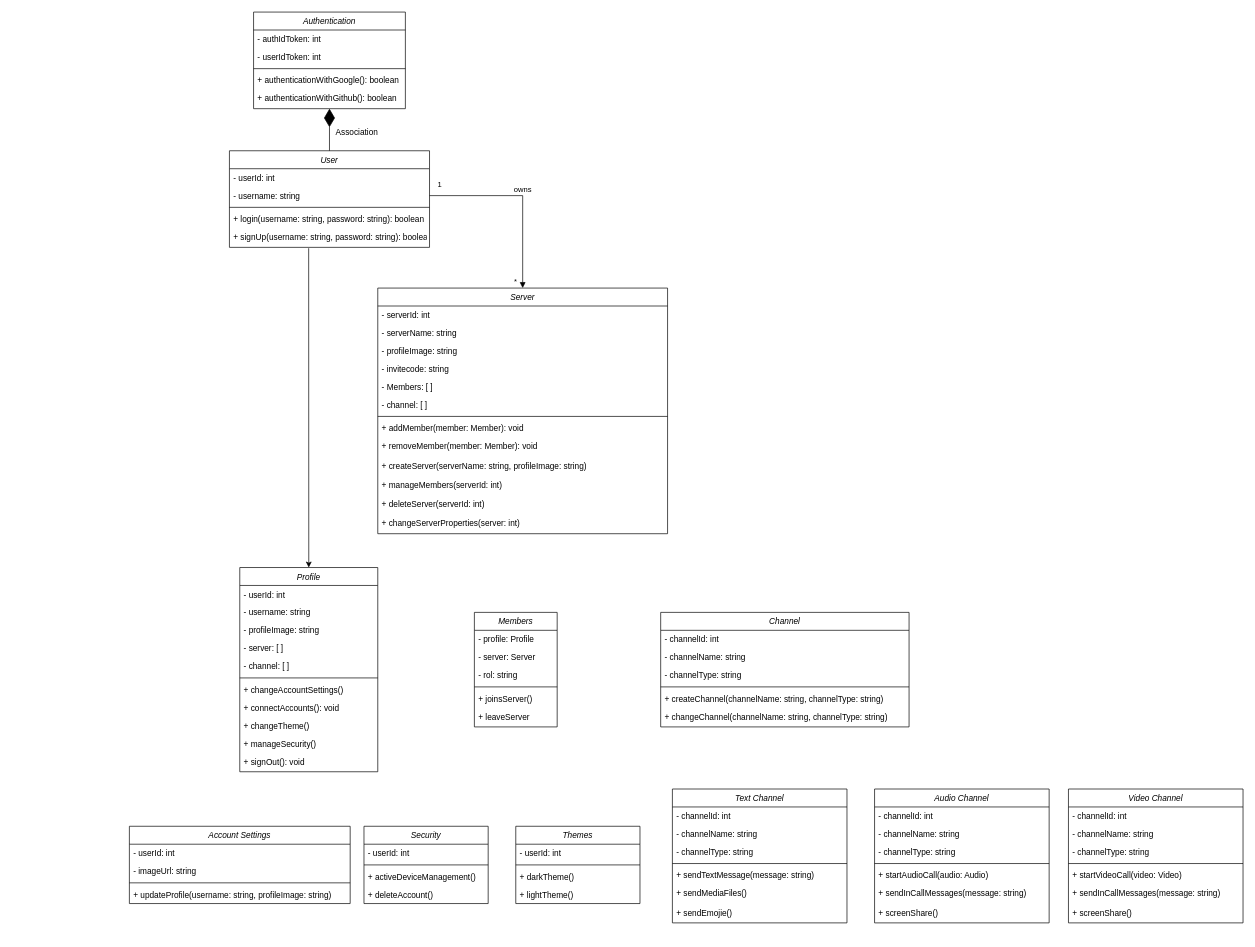
Earlier version of the draw.io diagram Class Diagram.drawio (Harshul1484/BMP-). Source tidied: cells renumbered, new cells numbered last; positions are measured from the earlier drawing's top-left corner, leaving out a move shared by most shapes. Both pictures are drawn from the tidied source at 69%, with x=0, y=0 at pixel (129, 12).
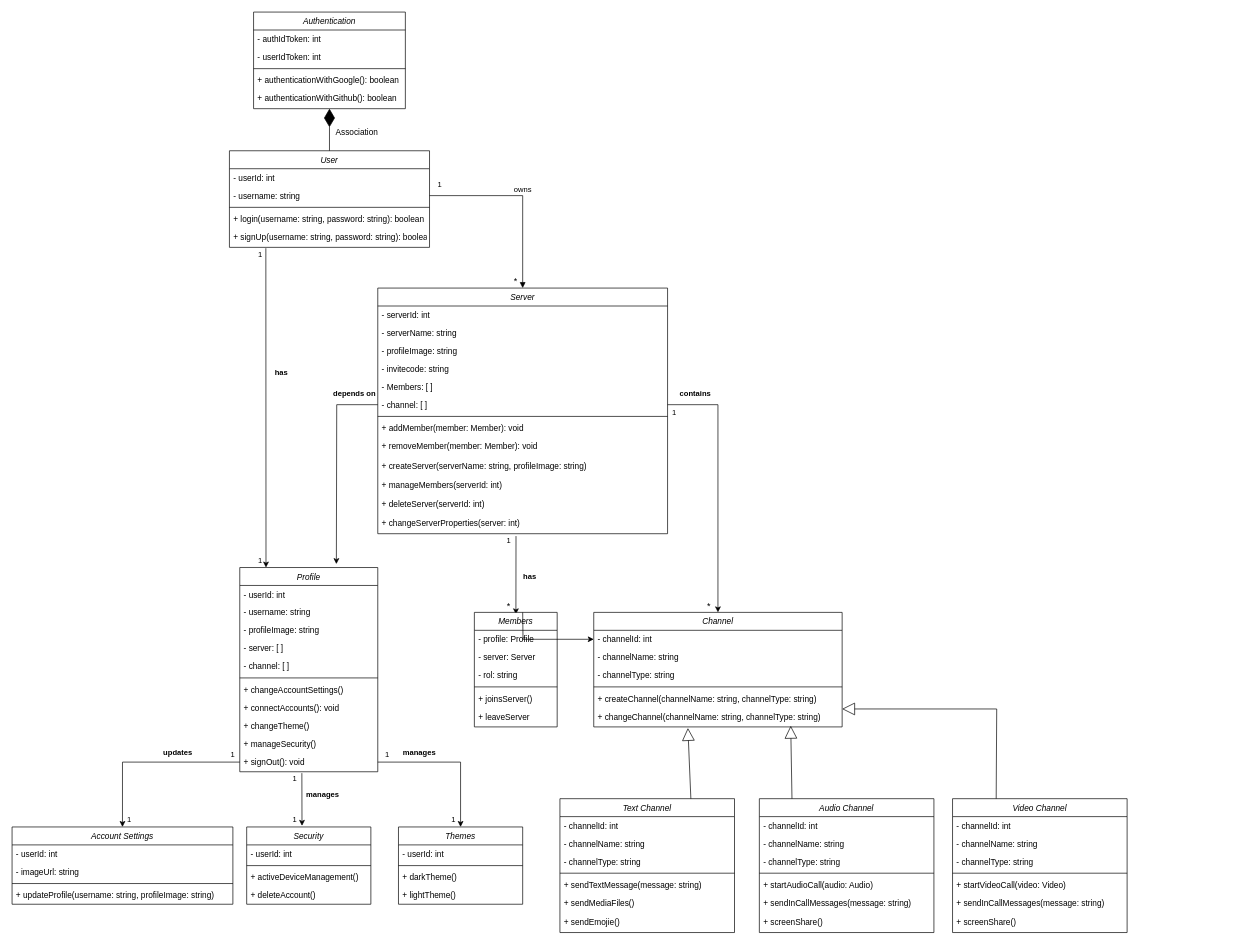
The same page after the edit.

The change refers to these unchanged cells:
```xml
<mxCell id="13" value="+ signUp(username: string, password: string): boolean" style="text;align=left;verticalAlign=top;spacingLeft=4;spacingRight=4;overflow=hidden;points=[[0,0.5],[1,0.5]];portConstraint=eastwest;" parent="8" vertex="1">
  <mxGeometry y="112" width="290" height="28" as="geometry" />
</mxCell>
<mxCell id="16" value="Server" style="swimlane;fontStyle=2;align=center;verticalAlign=top;horizontal=1;startSize=26;rounded=0;shadow=0;strokeWidth=1;" parent="1" vertex="1">
  <mxGeometry x="360" y="400" width="420" height="356" as="geometry" />
</mxCell>
<mxCell id="22" value="- channel: [ ]" style="text;align=left;verticalAlign=top;spacingLeft=4;spacingRight=4;overflow=hidden;points=[[0,0.5],[1,0.5]];portConstraint=eastwest;" parent="16" vertex="1">
  <mxGeometry y="156" width="420" height="26" as="geometry" />
</mxCell>
<mxCell id="29" value="+ changeServerProperties(server: int)" style="text;align=left;verticalAlign=top;spacingLeft=4;spacingRight=4;overflow=hidden;points=[[0,0.5],[1,0.5]];portConstraint=eastwest;" parent="16" vertex="1">
  <mxGeometry y="328" width="420" height="28" as="geometry" />
</mxCell>
<mxCell id="34" value="- channelId: int" style="text;align=left;verticalAlign=top;spacingLeft=4;spacingRight=4;overflow=hidden;points=[[0,0.5],[1,0.5]];portConstraint=eastwest;" parent="33" vertex="1">
  <mxGeometry y="26" width="360" height="26" as="geometry" />
</mxCell>
<mxCell id="39" value="+ changeChannel(channelName: string, channelType: string)" style="text;align=left;verticalAlign=top;spacingLeft=4;spacingRight=4;overflow=hidden;points=[[0,0.5],[1,0.5]];portConstraint=eastwest;" parent="33" vertex="1">
  <mxGeometry y="138" width="360" height="28" as="geometry" />
</mxCell>
<mxCell id="40" value="Profile" style="swimlane;fontStyle=2;align=center;verticalAlign=top;horizontal=1;startSize=26;rounded=0;shadow=0;strokeWidth=1;" parent="1" vertex="1">
  <mxGeometry x="160" y="805" width="200" height="296" as="geometry" />
</mxCell>
<mxCell id="51" value="+ signOut(): void" style="text;align=left;verticalAlign=top;spacingLeft=4;spacingRight=4;overflow=hidden;points=[[0,0.5],[1,0.5]];portConstraint=eastwest;" parent="40" vertex="1">
  <mxGeometry y="268" width="200" height="28" as="geometry" />
</mxCell>
```

The edit, as a diff of the source:
```diff
@@
+    <mxCell id="100" style="edgeStyle=orthogonalEdgeStyle;rounded=0;jettySize=auto;html=1;exitX=0;exitY=0.5;exitDx=0;exitDy=0;" parent="16" edge="1" source="22">
+      <mxGeometry relative="1" as="geometry">
+        <mxPoint x="-60" y="400" as="targetPoint" />
+      </mxGeometry>
+    </mxCell>
@@
+    <mxCell id="101" style="endArrow=classic;html=1;rounded=0;exitX=0.477;exitY=1.124;exitDx=0;exitDy=0;exitPerimeter=0;entryX=0.5;entryY=0;entryDx=0;entryDy=0;" parent="16" edge="1" source="29">
+      <mxGeometry relative="1" as="geometry">
+        <mxPoint x="200.2" y="472.8" as="targetPoint" />
+      </mxGeometry>
+    </mxCell>
@@
-    <mxCell id="32" value="&lt;font style=&quot;font-size: 11px;&quot;&gt;*&lt;/font&gt;" style="text;html=1;align=center;verticalAlign=middle;whiteSpace=wrap;rounded=0;" parent="1" vertex="1">
+    <mxCell id="32" value="&lt;font style=&quot;font-size: 13px;&quot;&gt;*&lt;/font&gt;" style="text;html=1;align=center;verticalAlign=middle;whiteSpace=wrap;rounded=0;" parent="1" vertex="1">
       <mxGeometry x="550" y="380" width="20" height="20" as="geometry" />
     </mxCell>
     <mxCell id="33" value="Channel" style="swimlane;fontStyle=2;align=center;verticalAlign=top;horizontal=1;startSize=26;rounded=0;shadow=0;strokeWidth=1;" parent="1" vertex="1">
-      <mxGeometry x="770" y="870" width="360" height="166" as="geometry" />
+      <mxGeometry x="673" y="870" width="360" height="166" as="geometry" />
     </mxCell>
@@
+    <mxCell id="102" style="endArrow=classic;html=1;rounded=0;exitX=0.45;exitY=1.071;exitDx=0;exitDy=0;exitPerimeter=0;entryX=0.5;entryY=0;entryDx=0;entryDy=0;" parent="40" edge="1" source="51">
+      <mxGeometry relative="1" as="geometry">
+        <mxPoint x="90.2" y="374.4" as="targetPoint" />
+      </mxGeometry>
+    </mxCell>
@@
     <mxCell id="60" value="Account Settings" style="swimlane;fontStyle=2;align=center;verticalAlign=top;horizontal=1;startSize=26;rounded=0;shadow=0;strokeWidth=1;" parent="1" vertex="1">
-      <mxGeometry y="1180" width="320" height="112" as="geometry" />
+      <mxGeometry x="-170" y="1181" width="320" height="112" as="geometry" />
     </mxCell>
@@
     <mxCell id="65" value="Security" style="swimlane;fontStyle=2;align=center;verticalAlign=top;horizontal=1;startSize=26;rounded=0;shadow=0;strokeWidth=1;" parent="1" vertex="1">
-      <mxGeometry x="340" y="1180" width="180" height="112" as="geometry" />
+      <mxGeometry x="170" y="1181" width="180" height="112" as="geometry" />
     </mxCell>
@@
     <mxCell id="70" value="Themes" style="swimlane;fontStyle=2;align=center;verticalAlign=top;horizontal=1;startSize=26;rounded=0;shadow=0;strokeWidth=1;" parent="1" vertex="1">
-      <mxGeometry x="560" y="1180" width="180" height="112" as="geometry" />
+      <mxGeometry x="390" y="1181" width="180" height="112" as="geometry" />
     </mxCell>
@@
     <mxCell id="75" value="Text Channel" style="swimlane;fontStyle=2;align=center;verticalAlign=top;horizontal=1;startSize=26;rounded=0;shadow=0;strokeWidth=1;" parent="1" vertex="1">
-      <mxGeometry x="787" y="1126" width="253" height="194" as="geometry" />
+      <mxGeometry x="624" y="1140" width="253" height="194" as="geometry" />
     </mxCell>
@@
     <mxCell id="83" value="Audio Channel" style="swimlane;fontStyle=2;align=center;verticalAlign=top;horizontal=1;startSize=26;rounded=0;shadow=0;strokeWidth=1;" parent="1" vertex="1">
-      <mxGeometry x="1080" y="1126" width="253" height="194" as="geometry" />
+      <mxGeometry x="913" y="1140" width="253" height="194" as="geometry" />
     </mxCell>
@@
     <mxCell id="91" value="Video Channel" style="swimlane;fontStyle=2;align=center;verticalAlign=top;horizontal=1;startSize=26;rounded=0;shadow=0;strokeWidth=1;" parent="1" vertex="1">
-      <mxGeometry x="1361" y="1126" width="253" height="194" as="geometry" />
+      <mxGeometry x="1193" y="1140" width="253" height="194" as="geometry" />
     </mxCell>
@@
-    <mxCell id="99" style="endArrow=classic;html=1;rounded=0;exitX=0.396;exitY=1.044;exitDx=0;exitDy=0;exitPerimeter=0;entryX=0.5;entryY=0;entryDx=0;entryDy=0;" parent="1" edge="1" source="13" target="40">
-      <mxGeometry relative="1" as="geometry" />
+    <mxCell id="99" style="endArrow=classic;html=1;rounded=0;exitX=0.396;exitY=1.044;exitDx=0;exitDy=0;exitPerimeter=0;entryX=0.5;entryY=0;entryDx=0;entryDy=0;" parent="1" edge="1">
+      <mxGeometry relative="1" as="geometry">
+        <mxPoint x="197.8" y="342.2" as="sourcePoint" />
+        <mxPoint x="198" y="805" as="targetPoint" />
+      </mxGeometry>
     </mxCell>
+    <mxCell id="103" style="edgeStyle=orthogonalEdgeStyle;rounded=0;jettySize=auto;html=1;" parent="1" edge="1" source="22" target="33">
+      <mxGeometry relative="1" as="geometry" />
+    </mxCell>
+    <mxCell id="104" style="edgeStyle=orthogonalEdgeStyle;rounded=0;jettySize=auto;html=1;exitX=0;exitY=0.5;exitDx=0;exitDy=0;" parent="1" edge="1" source="51" target="60">
+      <mxGeometry relative="1" as="geometry" />
+    </mxCell>
+    <mxCell id="105" style="edgeStyle=orthogonalEdgeStyle;rounded=0;jettySize=auto;html=1;exitX=1;exitY=0.5;exitDx=0;exitDy=0;entryX=0.5;entryY=0;entryDx=0;entryDy=0;" parent="1" edge="1" source="51" target="70">
+      <mxGeometry relative="1" as="geometry" />
+    </mxCell>
+    <mxCell id="106" style="endArrow=block;endSize=16;endFill=0;html=1;rounded=0;exitX=0.75;exitY=0;exitDx=0;exitDy=0;entryX=0.379;entryY=1.057;entryDx=0;entryDy=0;entryPerimeter=0;" parent="1" edge="1" source="75" target="39">
+      <mxGeometry relative="1" as="geometry" />
+    </mxCell>
+    <mxCell id="107" style="endArrow=block;endSize=16;endFill=0;html=1;rounded=0;entryX=0.793;entryY=0.943;entryDx=0;entryDy=0;entryPerimeter=0;exitX=0.25;exitY=0;exitDx=0;exitDy=0;" parent="1" edge="1" target="39">
+      <mxGeometry relative="1" as="geometry">
+        <mxPoint x="960.3" y="1140" as="sourcePoint" />
+      </mxGeometry>
+    </mxCell>
+    <mxCell id="108" style="endArrow=block;endSize=16;endFill=0;html=1;rounded=0;exitX=0.25;exitY=0;exitDx=0;exitDy=0;entryX=1;entryY=0.071;entryDx=0;entryDy=0;entryPerimeter=0;" parent="1" edge="1" source="91" target="39">
+      <mxGeometry relative="1" as="geometry">
+        <Array as="points">
+          <mxPoint x="1257" y="1010" />
+        </Array>
+      </mxGeometry>
+    </mxCell>
+    <mxCell id="109" value="&lt;font style=&quot;font-size: 11px;&quot;&gt;1&lt;/font&gt;" style="text;html=1;align=center;verticalAlign=middle;whiteSpace=wrap;rounded=0;" parent="1" vertex="1">
+      <mxGeometry x="180" y="785" width="20" height="20" as="geometry" />
+    </mxCell>
+    <mxCell id="110" value="&lt;font style=&quot;font-size: 11px;&quot;&gt;1&lt;/font&gt;" style="text;html=1;align=center;verticalAlign=middle;whiteSpace=wrap;rounded=0;" parent="1" vertex="1">
+      <mxGeometry x="180" y="341" width="20" height="20" as="geometry" />
+    </mxCell>
+    <mxCell id="111" value="&lt;font style=&quot;font-size: 11px;&quot;&gt;has&lt;/font&gt;" style="text;align=center;fontStyle=1;verticalAlign=middle;spacingLeft=3;spacingRight=3;strokeColor=none;html=1;" parent="1" vertex="1">
+      <mxGeometry x="200" y="510" width="40" height="26" as="geometry" />
+    </mxCell>
+    <mxCell id="112" value="&lt;font style=&quot;font-size: 11px;&quot;&gt;depends on&lt;/font&gt;" style="text;align=center;fontStyle=1;verticalAlign=middle;spacingLeft=3;spacingRight=3;strokeColor=none;html=1;" parent="1" vertex="1">
+      <mxGeometry x="306" y="540" width="40" height="26" as="geometry" />
+    </mxCell>
+    <mxCell id="113" value="&lt;font style=&quot;font-size: 11px;&quot;&gt;has&lt;/font&gt;" style="text;align=center;fontStyle=1;verticalAlign=middle;spacingLeft=3;spacingRight=3;strokeColor=none;html=1;" parent="1" vertex="1">
+      <mxGeometry x="560" y="805" width="40" height="26" as="geometry" />
+    </mxCell>
+    <mxCell id="114" value="&lt;font style=&quot;font-size: 11px;&quot;&gt;1&lt;/font&gt;" style="text;html=1;align=center;verticalAlign=middle;whiteSpace=wrap;rounded=0;" parent="1" vertex="1">
+      <mxGeometry x="540" y="756" width="20" height="20" as="geometry" />
+    </mxCell>
+    <mxCell id="115" style="edgeStyle=orthogonalEdgeStyle;rounded=0;jettySize=auto;html=1;" parent="1" edge="1" target="34">
+      <mxGeometry relative="1" as="geometry">
+        <mxPoint x="570" y="870" as="sourcePoint" />
+      </mxGeometry>
+    </mxCell>
+    <mxCell id="116" value="&lt;font style=&quot;font-size: 13px;&quot;&gt;*&lt;/font&gt;" style="text;html=1;align=center;verticalAlign=middle;whiteSpace=wrap;rounded=0;" parent="1" vertex="1">
+      <mxGeometry x="540" y="850" width="20" height="20" as="geometry" />
+    </mxCell>
+    <mxCell id="117" value="&lt;font style=&quot;font-size: 11px;&quot;&gt;contains&lt;/font&gt;" style="text;align=center;fontStyle=1;verticalAlign=middle;spacingLeft=3;spacingRight=3;strokeColor=none;html=1;" parent="1" vertex="1">
+      <mxGeometry x="800" y="540" width="40" height="26" as="geometry" />
+    </mxCell>
+    <mxCell id="118" value="&lt;font style=&quot;font-size: 11px;&quot;&gt;1&lt;/font&gt;" style="text;html=1;align=center;verticalAlign=middle;whiteSpace=wrap;rounded=0;" parent="1" vertex="1">
+      <mxGeometry x="780" y="571" width="20" height="20" as="geometry" />
+    </mxCell>
+    <mxCell id="119" value="&lt;font style=&quot;font-size: 13px;&quot;&gt;*&lt;/font&gt;" style="text;html=1;align=center;verticalAlign=middle;whiteSpace=wrap;rounded=0;" parent="1" vertex="1">
+      <mxGeometry x="830" y="850" width="20" height="20" as="geometry" />
+    </mxCell>
+    <mxCell id="120" value="&lt;font style=&quot;font-size: 11px;&quot;&gt;updates&lt;/font&gt;" style="text;align=center;fontStyle=1;verticalAlign=middle;spacingLeft=3;spacingRight=3;strokeColor=none;html=1;" parent="1" vertex="1">
+      <mxGeometry x="50" y="1060" width="40" height="26" as="geometry" />
+    </mxCell>
+    <mxCell id="121" value="&lt;font style=&quot;font-size: 11px;&quot;&gt;1&lt;/font&gt;" style="text;html=1;align=center;verticalAlign=middle;whiteSpace=wrap;rounded=0;" parent="1" vertex="1">
+      <mxGeometry x="140" y="1066" width="20" height="20" as="geometry" />
+    </mxCell>
+    <mxCell id="122" value="&lt;font style=&quot;font-size: 11px;&quot;&gt;1&lt;/font&gt;" style="text;html=1;align=center;verticalAlign=middle;whiteSpace=wrap;rounded=0;" parent="1" vertex="1">
+      <mxGeometry x="-10" y="1161" width="20" height="20" as="geometry" />
+    </mxCell>
+    <mxCell id="123" value="&lt;font style=&quot;font-size: 11px;&quot;&gt;1&lt;/font&gt;" style="text;html=1;align=center;verticalAlign=middle;whiteSpace=wrap;rounded=0;" parent="1" vertex="1">
+      <mxGeometry x="230" y="1101" width="20" height="20" as="geometry" />
+    </mxCell>
+    <mxCell id="124" value="&lt;font style=&quot;font-size: 11px;&quot;&gt;1&lt;/font&gt;" style="text;html=1;align=center;verticalAlign=middle;whiteSpace=wrap;rounded=0;" parent="1" vertex="1">
+      <mxGeometry x="230" y="1161" width="20" height="20" as="geometry" />
+    </mxCell>
+    <mxCell id="125" value="&lt;font style=&quot;font-size: 11px;&quot;&gt;manages&lt;/font&gt;" style="text;align=center;fontStyle=1;verticalAlign=middle;spacingLeft=3;spacingRight=3;strokeColor=none;html=1;" parent="1" vertex="1">
+      <mxGeometry x="260" y="1121" width="40" height="26" as="geometry" />
+    </mxCell>
+    <mxCell id="126" value="&lt;font style=&quot;font-size: 11px;&quot;&gt;manages&lt;/font&gt;" style="text;align=center;fontStyle=1;verticalAlign=middle;spacingLeft=3;spacingRight=3;strokeColor=none;html=1;" parent="1" vertex="1">
+      <mxGeometry x="400" y="1060" width="40" height="26" as="geometry" />
+    </mxCell>
+    <mxCell id="127" value="&lt;font style=&quot;font-size: 11px;&quot;&gt;1&lt;/font&gt;" style="text;html=1;align=center;verticalAlign=middle;whiteSpace=wrap;rounded=0;" parent="1" vertex="1">
+      <mxGeometry x="364" y="1066" width="20" height="20" as="geometry" />
+    </mxCell>
+    <mxCell id="128" value="&lt;font style=&quot;font-size: 11px;&quot;&gt;1&lt;/font&gt;" style="text;html=1;align=center;verticalAlign=middle;whiteSpace=wrap;rounded=0;" parent="1" vertex="1">
+      <mxGeometry x="460" y="1161" width="20" height="20" as="geometry" />
+    </mxCell>
```
